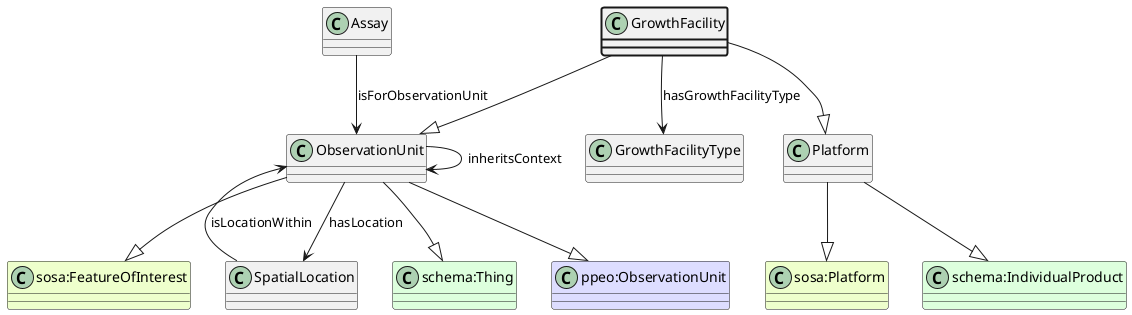
The PlantUML diagram ttl_uml/ttl_appn_GrowthFacility.png in aus-plant-phenomics-network/appn-schema, before a commit.
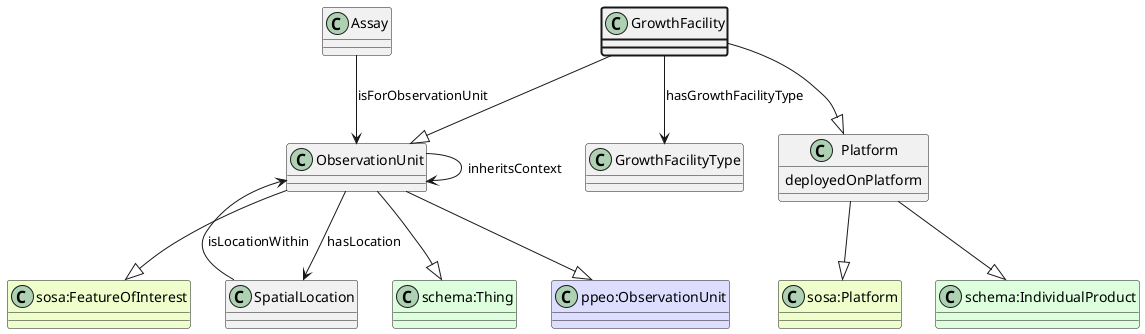
After the commit.

Diff of the diagram source:
```diff
@@ -16,6 +16,9 @@
 GrowthFacility --|> ObservationUnit
 class GrowthFacilityType
 GrowthFacility --> GrowthFacilityType : hasGrowthFacilityType
+class Platform {
+    deployedOnPlatform
+}
 class Assay
 Assay --> ObservationUnit : isForObservationUnit
 class ObservationUnit
```
